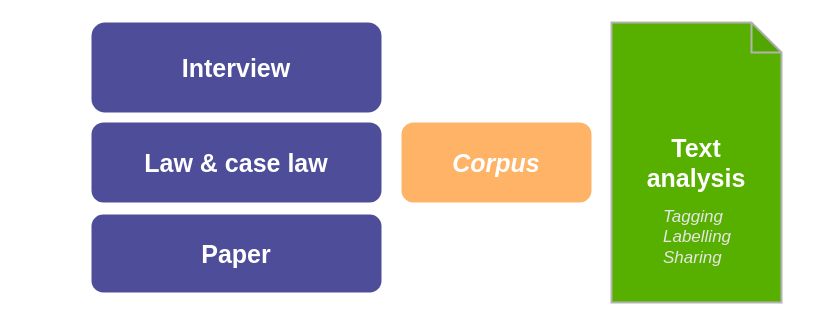
This is corpus-workflow.drawio from tintamarre/corpus, a draw.io file, before an edit. Source tidied: cells renumbered, new cells numbered last; positions are measured from the earlier drawing's top-left corner, leaving out a move shared by most shapes. Both pictures are drawn from the tidied source at 100%, with x=0, y=0 at pixel (91, 22). Pictures stored in the file or linked from it are replaced by grey dashed boxes.
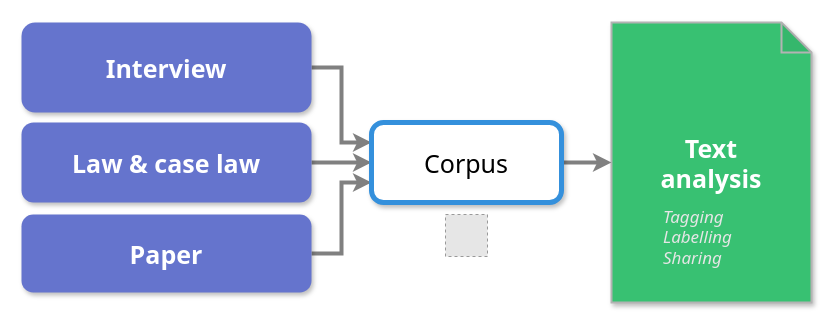
The same diagram, later.

Commit message (it also covers changes not shown here):
update landing schema, change docker db and update landing page

The edit, as a diff of the source:
```diff
@@
 <mxGraphModel>
   <root>
     <mxCell id="0" />
     <mxCell id="1" parent="0" />
+    <mxCell id="8" style="edgeStyle=orthogonalEdgeStyle;rounded=0;jettySize=auto;html=1;entryX=0;entryY=0.25;entryDx=0;entryDy=0;fontFamily=Tahoma;fontSize=25;fontColor=#000000;strokeWidth=4;strokeColor=#808080;" parent="1" edge="1" source="2" target="7">
+      <mxGeometry relative="1" as="geometry" />
+    </mxCell>
-    <mxCell id="2" value="Interview" style="rounded=1;whiteSpace=wrap;html=1;fontSize=25;glass=0;strokeWidth=1;shadow=0;fontStyle=1;fillColor=#4e4d99;strokeColor=none;fontColor=#FFFFFF;" parent="1" vertex="1">
-      <mxGeometry width="290" height="90" as="geometry" />
+    <mxCell id="2" value="Interview" style="rounded=1;whiteSpace=wrap;html=1;fontSize=25;glass=0;strokeWidth=1;shadow=1;fontStyle=1;strokeColor=none;fontColor=#FFFFFF;fontFamily=Tahoma;fillColor=#6574CD;" parent="1" vertex="1">
+      <mxGeometry x="-70" width="290" height="90" as="geometry" />
     </mxCell>
+    <mxCell id="9" style="edgeStyle=orthogonalEdgeStyle;rounded=0;jettySize=auto;html=1;entryX=0;entryY=0.5;entryDx=0;entryDy=0;fontFamily=Tahoma;fontSize=25;fontColor=#000000;strokeWidth=4;strokeColor=#808080;" parent="1" edge="1" source="3" target="7">
+      <mxGeometry relative="1" as="geometry" />
+    </mxCell>
-    <mxCell id="3" value="Law &amp;amp; case law" style="rounded=1;whiteSpace=wrap;html=1;fontSize=25;glass=0;strokeWidth=1;shadow=0;fillColor=#4e4d99;strokeColor=none;fontStyle=1;fontColor=#FFFFFF;" parent="1" vertex="1">
-      <mxGeometry y="100" width="290" height="80" as="geometry" />
+    <mxCell id="3" value="Law &amp;amp; case law" style="rounded=1;whiteSpace=wrap;html=1;fontSize=25;glass=0;strokeWidth=1;shadow=1;strokeColor=none;fontStyle=1;fontColor=#FFFFFF;fontFamily=Tahoma;fillColor=#6574CD;" parent="1" vertex="1">
+      <mxGeometry x="-70" y="100" width="290" height="80" as="geometry" />
     </mxCell>
+    <mxCell id="10" style="edgeStyle=orthogonalEdgeStyle;rounded=0;jettySize=auto;html=1;entryX=0;entryY=0.75;entryDx=0;entryDy=0;fontFamily=Tahoma;fontSize=25;fontColor=#000000;strokeWidth=4;strokeColor=#808080;" parent="1" edge="1" source="4" target="7">
+      <mxGeometry relative="1" as="geometry" />
+    </mxCell>
-    <mxCell id="4" value="Paper" style="rounded=1;whiteSpace=wrap;html=1;fontSize=25;glass=0;strokeWidth=1;shadow=0;fillColor=#4e4d99;strokeColor=none;fontStyle=1;fontColor=#FFFFFF;" parent="1" vertex="1">
-      <mxGeometry y="192" width="290" height="78" as="geometry" />
+    <mxCell id="4" value="Paper" style="rounded=1;whiteSpace=wrap;html=1;fontSize=25;glass=0;strokeWidth=1;shadow=1;strokeColor=none;fontStyle=1;fontColor=#FFFFFF;fontFamily=Tahoma;fillColor=#6574CD;" parent="1" vertex="1">
+      <mxGeometry x="-70" y="192" width="290" height="78" as="geometry" />
     </mxCell>
-    <mxCell id="5" value="&lt;b style=&quot;font-size: 25px;&quot;&gt;Text &lt;br style=&quot;font-size: 25px;&quot;&gt;analysis&lt;/b&gt;" style="shape=note;whiteSpace=wrap;html=1;backgroundOutline=1;darkOpacity=0.05;fillColor=#57af00;fontColor=#FFFFFF;labelBorderColor=none;strokeColor=#B3B3B3;strokeWidth=2;perimeterSpacing=0;fontSize=25;" parent="1" vertex="1">
-      <mxGeometry x="520" width="170" height="280" as="geometry" />
+    <mxCell id="5" value="&lt;b style=&quot;font-size: 25px;&quot;&gt;Text &lt;br style=&quot;font-size: 25px;&quot;&gt;analysis&lt;/b&gt;" style="shape=note;whiteSpace=wrap;html=1;backgroundOutline=1;darkOpacity=0.05;fontColor=#FFFFFF;labelBorderColor=none;strokeColor=#B3B3B3;strokeWidth=2;perimeterSpacing=0;fontSize=25;fillColor=#38c172;fontFamily=Tahoma;shadow=1;" parent="1" vertex="1">
+      <mxGeometry x="520" width="200" height="280" as="geometry" />
     </mxCell>
-    <mxCell id="6" value="&lt;font color=&quot;#e6e6e6&quot; style=&quot;font-size: 17px;&quot;&gt;Tagging&lt;br style=&quot;font-size: 17px;&quot;&gt;Labelling&lt;br style=&quot;font-size: 17px;&quot;&gt;Sharing&lt;/font&gt;" style="text;html=1;align=left;verticalAlign=middle;fontStyle=2;fontSize=17;" parent="1" vertex="1">
+    <mxCell id="6" value="&lt;font color=&quot;#e6e6e6&quot; style=&quot;font-size: 17px;&quot;&gt;Tagging&lt;br style=&quot;font-size: 17px;&quot;&gt;Labelling&lt;br style=&quot;font-size: 17px;&quot;&gt;Sharing&lt;/font&gt;" style="text;html=1;align=left;verticalAlign=middle;fontStyle=2;fontSize=17;fontFamily=Tahoma;" parent="1" vertex="1">
       <mxGeometry x="570" y="180" width="80" height="70" as="geometry" />
     </mxCell>
+    <mxCell id="11" style="edgeStyle=orthogonalEdgeStyle;rounded=0;jettySize=auto;html=1;exitX=1;exitY=0.5;exitDx=0;exitDy=0;fontFamily=Tahoma;fontSize=25;fontColor=#000000;strokeWidth=4;strokeColor=#808080;" parent="1" edge="1" source="7" target="5">
+      <mxGeometry relative="1" as="geometry" />
+    </mxCell>
-    <mxCell id="7" value="&lt;b style=&quot;font-size: 25px;&quot;&gt;Corpus&lt;/b&gt;" style="rounded=1;whiteSpace=wrap;html=1;shadow=0;glass=0;strokeWidth=1;fillColor=#FFB366;fontColor=#FFFFFF;strokeColor=none;fontStyle=2;fontSize=25;" parent="1" vertex="1">
-      <mxGeometry x="310" y="100" width="190" height="80" as="geometry" />
+    <mxCell id="7" value="&lt;span style=&quot;font-size: 25px; font-style: normal;&quot;&gt;Corpus&lt;/span&gt;" style="rounded=1;whiteSpace=wrap;html=1;shadow=1;glass=0;strokeWidth=5;fontStyle=2;fontSize=25;fontFamily=Tahoma;align=center;sketch=0;strokeColor=#3490DC;" parent="1" vertex="1">
+      <mxGeometry x="280" y="100" width="190" height="80" as="geometry" />
     </mxCell>
+    <mxCell id="12" style="fillColor=#E6E6E6;strokeColor=#999999;dashed=1;verticalLabelPosition=bottom;labelBackgroundColor=#ffffff;verticalAlign=top;fontFamily=Tahoma;" parent="1" vertex="1">
+      <mxGeometry x="354" y="192" width="42" height="42" as="geometry" />
+    </mxCell>
   </root>
 </mxGraphModel>
```
